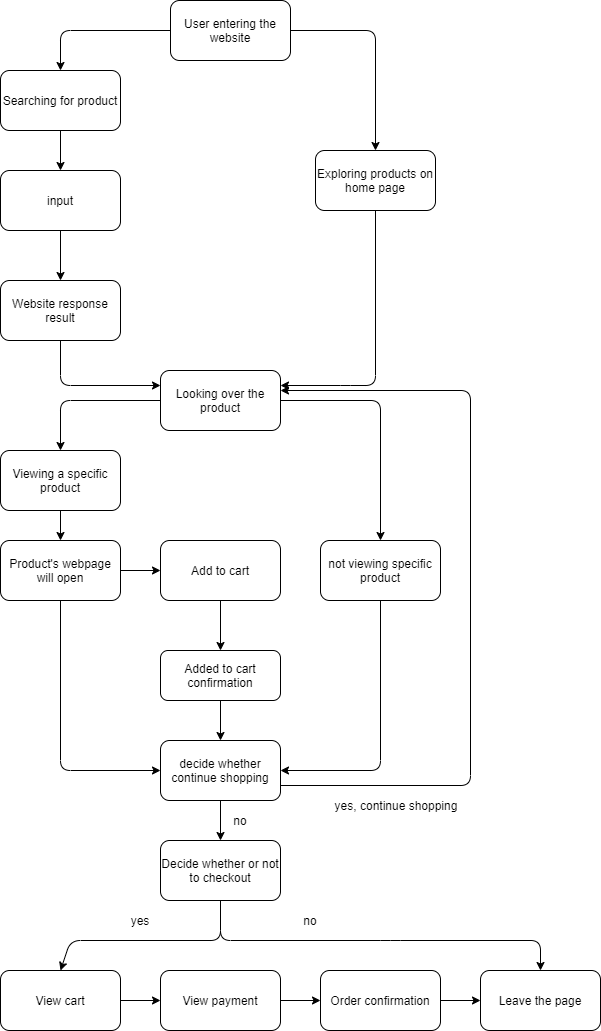
Above: explore/diagramming/diagram.drawio.png in jingtianlin19/Lab-Week-4 (draw.io), before the change. Source tidied: cells renumbered, new cells last; positions are measured from the earlier drawing's top-left corner, leaving out a move shared by most shapes.
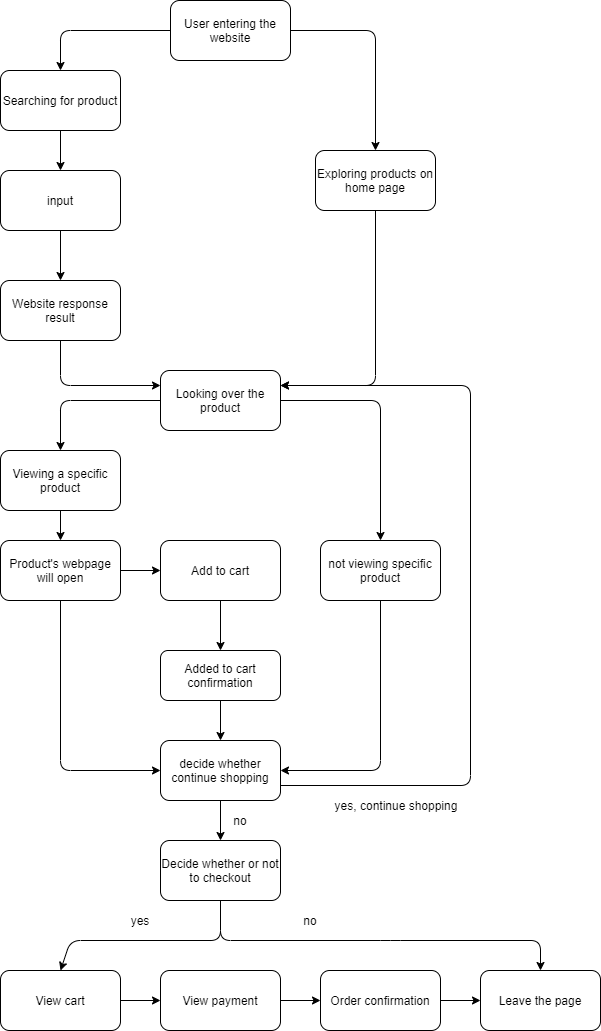
After the change.

Change to the diagram source:
```diff
@@ -116,12 +116,11 @@
         </Array>
       </mxGeometry>
     </mxCell>
-    <mxCell id="29" style="endArrow=classic;html=1;exitX=1;exitY=0.75;exitDx=0;exitDy=0;" parent="1" edge="1" source="22">
+    <mxCell id="29" style="endArrow=classic;html=1;exitX=1;exitY=0.75;exitDx=0;exitDy=0;entryX=1;entryY=0.25;entryDx=0;entryDy=0;" parent="1" edge="1" source="22" target="11">
       <mxGeometry relative="1" as="geometry">
-        <mxPoint x="280" y="390" as="targetPoint" />
         <Array as="points">
           <mxPoint x="470" y="785" />
-          <mxPoint x="470" y="390" />
+          <mxPoint x="470" y="385" />
         </Array>
       </mxGeometry>
     </mxCell>
```
